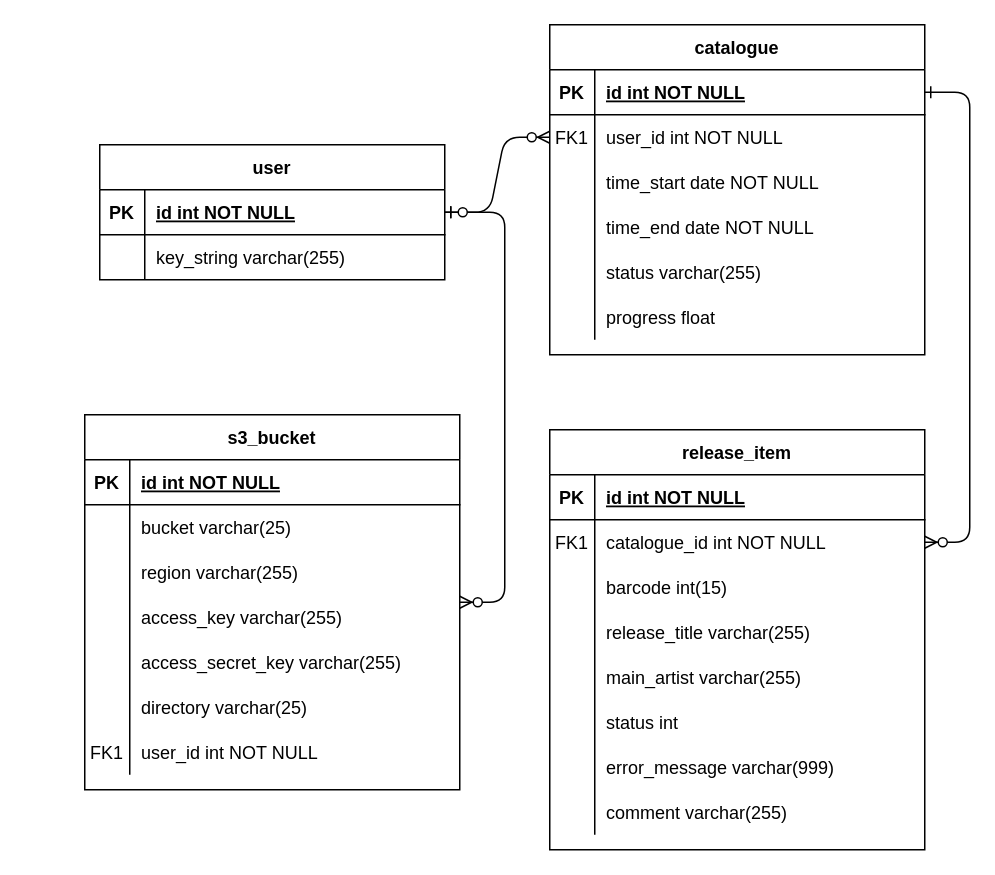
This is entity_relation_dif.drawio from mpetrovic999/test, a draw.io file, before an edit. Source tidied: cells renumbered, new cells numbered last; positions are measured from the earlier drawing's top-left corner, leaving out a move shared by most shapes. Both pictures are drawn from the tidied source at 150%, with x=0, y=0 at pixel (84, 24).
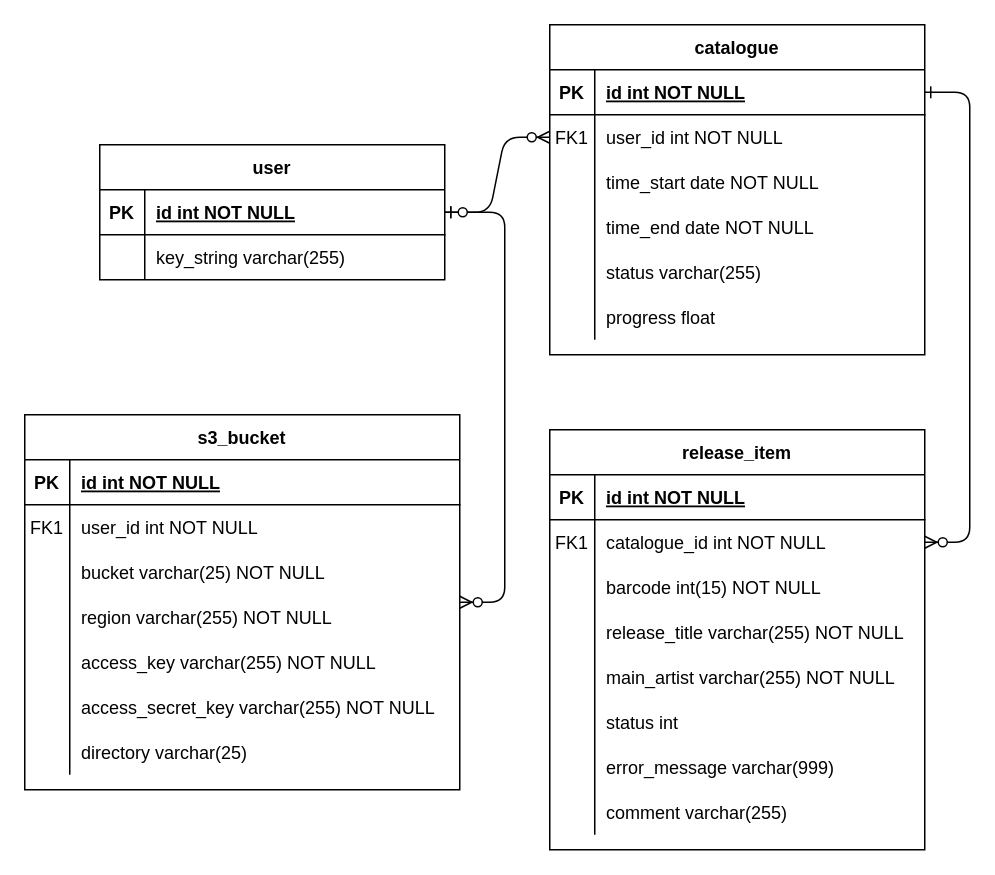
After the change.

The change refers to these unchanged cells:
```xml
<mxCell id="30" style="shape=partialRectangle;fillColor=none;top=0;left=0;right=0;bottom=0;" parent="23" vertex="1">
  <mxGeometry y="90" width="250" height="30" as="geometry" />
</mxCell>
<mxCell id="33" style="shape=partialRectangle;fillColor=none;top=0;left=0;right=0;bottom=0;" parent="23" vertex="1">
  <mxGeometry y="120" width="250" height="30" as="geometry" />
</mxCell>
<mxCell id="36" style="shape=partialRectangle;fillColor=none;top=0;left=0;right=0;bottom=0;" parent="23" vertex="1">
  <mxGeometry y="150" width="250" height="30" as="geometry" />
</mxCell>
```

Change to the diagram source:
```diff
@@
-    <mxCell id="32" value="barcode int(15)" style="shape=partialRectangle;overflow=hidden;fillColor=none;top=0;left=0;bottom=0;right=0;align=left;spacingLeft=6;" parent="30" vertex="1">
+    <mxCell id="32" value="barcode int(15) NOT NULL" style="shape=partialRectangle;overflow=hidden;fillColor=none;top=0;left=0;bottom=0;right=0;align=left;spacingLeft=6;" parent="30" vertex="1">
       <mxGeometry x="30" width="220" height="30" as="geometry" />
     </mxCell>
@@
-    <mxCell id="35" value="release_title varchar(255)" style="shape=partialRectangle;overflow=hidden;fillColor=none;top=0;left=0;bottom=0;right=0;align=left;spacingLeft=6;" parent="33" vertex="1">
+    <mxCell id="35" value="release_title varchar(255) NOT NULL" style="shape=partialRectangle;overflow=hidden;fillColor=none;top=0;left=0;bottom=0;right=0;align=left;spacingLeft=6;" parent="33" vertex="1">
       <mxGeometry x="30" width="220" height="30" as="geometry" />
     </mxCell>
@@
-    <mxCell id="38" value="main_artist varchar(255)" style="shape=partialRectangle;overflow=hidden;fillColor=none;top=0;left=0;bottom=0;right=0;align=left;spacingLeft=6;" parent="36" vertex="1">
+    <mxCell id="38" value="main_artist varchar(255) NOT NULL" style="shape=partialRectangle;overflow=hidden;fillColor=none;top=0;left=0;bottom=0;right=0;align=left;spacingLeft=6;" parent="36" vertex="1">
       <mxGeometry x="30" width="220" height="30" as="geometry" />
     </mxCell>
@@
     <mxCell id="55" value="s3_bucket" style="shape=table;startSize=30;childLayout=tableLayout;rowLines=0;fontStyle=1;align=center;" parent="1" vertex="1">
-      <mxGeometry y="260" width="250" height="250" as="geometry" />
+      <mxGeometry x="-40" y="260" width="290" height="250" as="geometry" />
     </mxCell>
     <mxCell id="56" style="shape=partialRectangle;fillColor=none;top=0;left=0;right=0;bottom=1;" parent="55" vertex="1">
-      <mxGeometry y="30" width="250" height="30" as="geometry" />
+      <mxGeometry y="30" width="290" height="30" as="geometry" />
     </mxCell>
@@
     <mxCell id="58" value="id int NOT NULL " style="shape=partialRectangle;overflow=hidden;fillColor=none;top=0;left=0;bottom=0;right=0;align=left;spacingLeft=6;fontStyle=5;" parent="56" vertex="1">
-      <mxGeometry x="30" width="220" height="30" as="geometry" />
+      <mxGeometry x="30" width="260" height="30" as="geometry" />
     </mxCell>
+    <mxCell id="74" style="shape=partialRectangle;fillColor=none;top=0;left=0;right=0;bottom=0;" parent="55" vertex="1">
+      <mxGeometry y="60" width="290" height="30" as="geometry" />
+    </mxCell>
+    <mxCell id="75" value="FK1" style="shape=partialRectangle;overflow=hidden;fillColor=none;top=0;left=0;bottom=0;right=0;" parent="74" vertex="1">
+      <mxGeometry width="30" height="30" as="geometry" />
+    </mxCell>
+    <mxCell id="76" value="user_id int NOT NULL" style="shape=partialRectangle;overflow=hidden;fillColor=none;top=0;left=0;bottom=0;right=0;align=left;spacingLeft=6;" parent="74" vertex="1">
+      <mxGeometry x="30" width="260" height="30" as="geometry" />
+    </mxCell>
     <mxCell id="59" style="shape=partialRectangle;fillColor=none;top=0;left=0;right=0;bottom=0;" parent="55" vertex="1">
-      <mxGeometry y="60" width="250" height="30" as="geometry" />
+      <mxGeometry y="90" width="290" height="30" as="geometry" />
     </mxCell>
@@
-    <mxCell id="61" value="bucket varchar(25)" style="shape=partialRectangle;overflow=hidden;fillColor=none;top=0;left=0;bottom=0;right=0;align=left;spacingLeft=6;" parent="59" vertex="1">
-      <mxGeometry x="30" width="220" height="30" as="geometry" />
+    <mxCell id="61" value="bucket varchar(25) NOT NULL" style="shape=partialRectangle;overflow=hidden;fillColor=none;top=0;left=0;bottom=0;right=0;align=left;spacingLeft=6;" parent="59" vertex="1">
+      <mxGeometry x="30" width="260" height="30" as="geometry" />
     </mxCell>
     <mxCell id="62" style="shape=partialRectangle;fillColor=none;top=0;left=0;right=0;bottom=0;" parent="55" vertex="1">
-      <mxGeometry y="90" width="250" height="30" as="geometry" />
+      <mxGeometry y="120" width="290" height="30" as="geometry" />
     </mxCell>
@@
-    <mxCell id="64" value="region varchar(255)" style="shape=partialRectangle;overflow=hidden;fillColor=none;top=0;left=0;bottom=0;right=0;align=left;spacingLeft=6;" parent="62" vertex="1">
-      <mxGeometry x="30" width="220" height="30" as="geometry" />
+    <mxCell id="64" value="region varchar(255) NOT NULL" style="shape=partialRectangle;overflow=hidden;fillColor=none;top=0;left=0;bottom=0;right=0;align=left;spacingLeft=6;" parent="62" vertex="1">
+      <mxGeometry x="30" width="260" height="30" as="geometry" />
     </mxCell>
     <mxCell id="65" style="shape=partialRectangle;fillColor=none;top=0;left=0;right=0;bottom=0;" parent="55" vertex="1">
-      <mxGeometry y="120" width="250" height="30" as="geometry" />
+      <mxGeometry y="150" width="290" height="30" as="geometry" />
     </mxCell>
@@
-    <mxCell id="67" value="access_key varchar(255)" style="shape=partialRectangle;overflow=hidden;fillColor=none;top=0;left=0;bottom=0;right=0;align=left;spacingLeft=6;" parent="65" vertex="1">
-      <mxGeometry x="30" width="220" height="30" as="geometry" />
+    <mxCell id="67" value="access_key varchar(255) NOT NULL" style="shape=partialRectangle;overflow=hidden;fillColor=none;top=0;left=0;bottom=0;right=0;align=left;spacingLeft=6;" parent="65" vertex="1">
+      <mxGeometry x="30" width="260" height="30" as="geometry" />
     </mxCell>
     <mxCell id="68" style="shape=partialRectangle;fillColor=none;top=0;left=0;right=0;bottom=0;" parent="55" vertex="1">
-      <mxGeometry y="150" width="250" height="30" as="geometry" />
+      <mxGeometry y="180" width="290" height="30" as="geometry" />
     </mxCell>
@@
-    <mxCell id="70" value="access_secret_key varchar(255)" style="shape=partialRectangle;overflow=hidden;fillColor=none;top=0;left=0;bottom=0;right=0;align=left;spacingLeft=6;" parent="68" vertex="1">
-      <mxGeometry x="30" width="220" height="30" as="geometry" />
+    <mxCell id="70" value="access_secret_key varchar(255) NOT NULL" style="shape=partialRectangle;overflow=hidden;fillColor=none;top=0;left=0;bottom=0;right=0;align=left;spacingLeft=6;" parent="68" vertex="1">
+      <mxGeometry x="30" width="260" height="30" as="geometry" />
     </mxCell>
     <mxCell id="71" style="shape=partialRectangle;fillColor=none;top=0;left=0;right=0;bottom=0;" parent="55" vertex="1">
-      <mxGeometry y="180" width="250" height="30" as="geometry" />
+      <mxGeometry y="210" width="290" height="30" as="geometry" />
     </mxCell>
@@
     <mxCell id="73" value="directory varchar(25)" style="shape=partialRectangle;overflow=hidden;fillColor=none;top=0;left=0;bottom=0;right=0;align=left;spacingLeft=6;" parent="71" vertex="1">
-      <mxGeometry x="30" width="220" height="30" as="geometry" />
+      <mxGeometry x="30" width="260" height="30" as="geometry" />
     </mxCell>
-    <mxCell id="74" style="shape=partialRectangle;fillColor=none;top=0;left=0;right=0;bottom=0;" parent="55" vertex="1">
-      <mxGeometry y="210" width="250" height="30" as="geometry" />
-    </mxCell>
-    <mxCell id="75" value="FK1" style="shape=partialRectangle;overflow=hidden;fillColor=none;top=0;left=0;bottom=0;right=0;" parent="74" vertex="1">
-      <mxGeometry width="30" height="30" as="geometry" />
-    </mxCell>
-    <mxCell id="76" value="user_id int NOT NULL" style="shape=partialRectangle;overflow=hidden;fillColor=none;top=0;left=0;bottom=0;right=0;align=left;spacingLeft=6;" parent="74" vertex="1">
-      <mxGeometry x="30" width="220" height="30" as="geometry" />
-    </mxCell>
```
